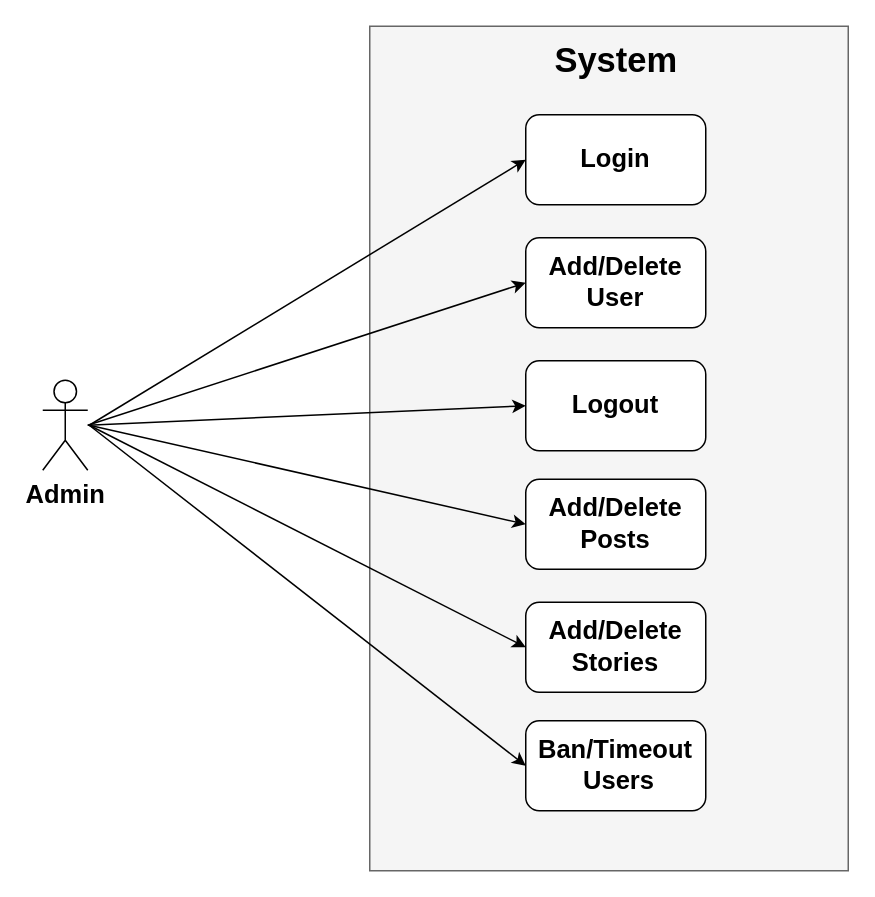
Earlier version of the draw.io diagram Doc/Draw.io/Admin usecase Diagram.drawio (RadwanSusan/Triibe). Source tidied: cells renumbered, new cells numbered last; positions are measured from the earlier drawing's top-left corner, leaving out a move shared by most shapes. Both pictures are drawn from the tidied source at 150%, with x=0, y=0 at pixel (42, 26).
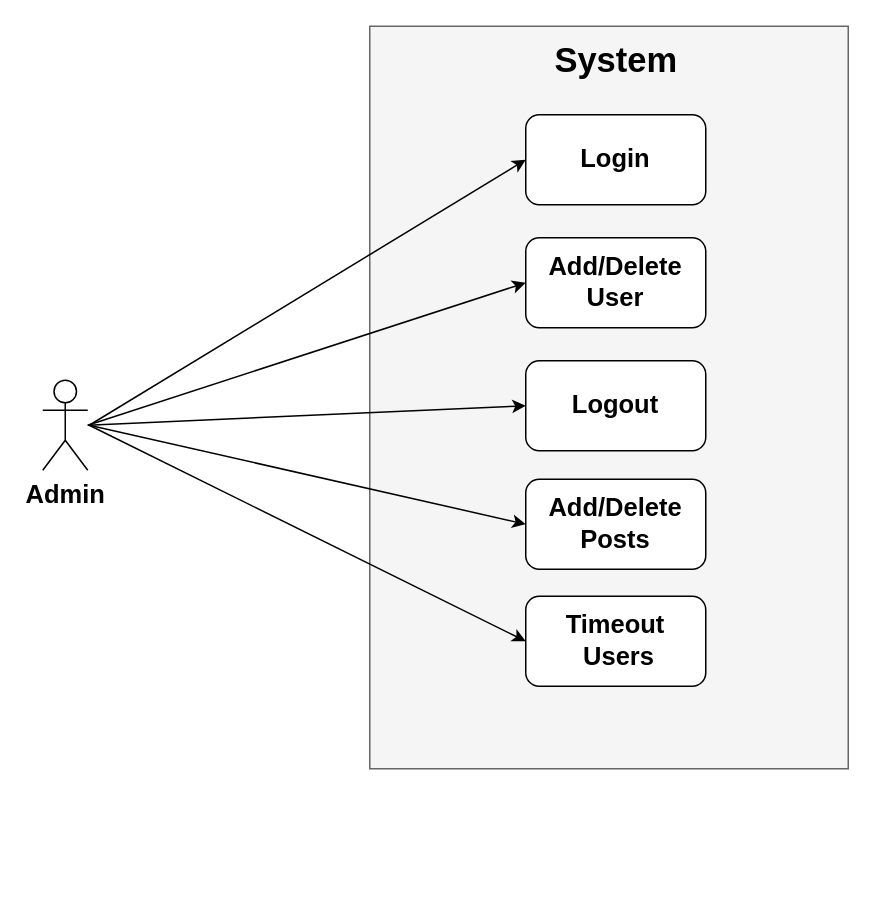
The same page after the edit.

What changed in the source:
```diff
@@
     <mxCell id="3" style="rounded=0;whiteSpace=wrap;html=1;fillColor=#f5f5f5;fontColor=#333333;strokeColor=#666666;" parent="1" vertex="1">
-      <mxGeometry x="218" width="319" height="563" as="geometry" />
+      <mxGeometry x="218" width="319" height="495" as="geometry" />
     </mxCell>
@@
-    <mxCell id="8" value="Add/Delete&lt;br style=&quot;font-size: 17px;&quot;&gt;Stories" style="rounded=1;whiteSpace=wrap;html=1;fontSize=17;fontStyle=1;" parent="1" vertex="1">
-      <mxGeometry x="322" y="384" width="120" height="60" as="geometry" />
-    </mxCell>
-    <mxCell id="9" value="Ban/Timeout&lt;br style=&quot;font-size: 17px;&quot;&gt;&amp;nbsp;Users" style="rounded=1;whiteSpace=wrap;html=1;fontSize=17;fontStyle=1;" parent="1" vertex="1">
-      <mxGeometry x="322" y="463" width="120" height="60" as="geometry" />
+    <mxCell id="9" value="Timeout&lt;br style=&quot;font-size: 17px;&quot;&gt;&amp;nbsp;Users" style="rounded=1;whiteSpace=wrap;html=1;fontSize=17;fontStyle=1;" parent="1" vertex="1">
+      <mxGeometry x="322" y="380" width="120" height="60" as="geometry" />
     </mxCell>
@@
-    <mxCell id="14" style="rounded=0;jettySize=auto;html=1;entryX=0;entryY=0.5;entryDx=0;entryDy=0;fontSize=23;" parent="1" edge="1" target="8">
-      <mxGeometry relative="1" as="geometry">
-        <mxPoint x="31" y="266" as="sourcePoint" />
-      </mxGeometry>
-    </mxCell>
```
